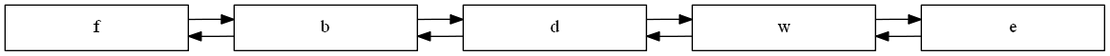
Above: scrabble/ReporteFichasJugador.png in ChrisUSAC/EDD_1S2020_PY1_201709272 (Graphviz), before the change. Its source is kept beside it as scrabble/ReporteFichasJugador.dot. Source of this version:
```dot
digraph G{
rankdir=LR
node[ shape = box]
0[label = "f" width=2.0 ];
1[label = "b" width=2.0 ];
2[label = "d" width=2.0 ];
3[label = "w" width=2.0 ];
4[label = "e" width=2.0 ];
0 -> 1[dir = back];
0 -> 1
1 -> 2[dir = back];
1 -> 2
2 -> 3[dir = back];
2 -> 3
3 -> 4[dir = back];
3 -> 4
}
```
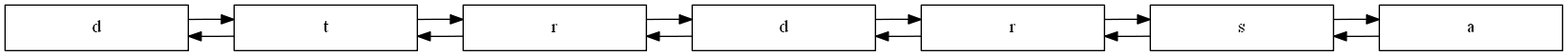
Above is the later version.

What changed in the source:
```diff
@@ -1,11 +1,13 @@
 digraph G{
 rankdir=LR
 node[ shape = box]
-0[label = "f" width=2.0 ];
-1[label = "b" width=2.0 ];
-2[label = "d" width=2.0 ];
-3[label = "w" width=2.0 ];
-4[label = "e" width=2.0 ];
+0[label = "d" width=2.0 ];
+1[label = "t" width=2.0 ];
+2[label = "r" width=2.0 ];
+3[label = "d" width=2.0 ];
+4[label = "r" width=2.0 ];
+5[label = "s" width=2.0 ];
+6[label = "a" width=2.0 ];
 0 -> 1[dir = back];
 0 -> 1
 1 -> 2[dir = back];
@@ -14,4 +16,8 @@
 2 -> 3
 3 -> 4[dir = back];
 3 -> 4
+4 -> 5[dir = back];
+4 -> 5
+5 -> 6[dir = back];
+5 -> 6
 }
```
